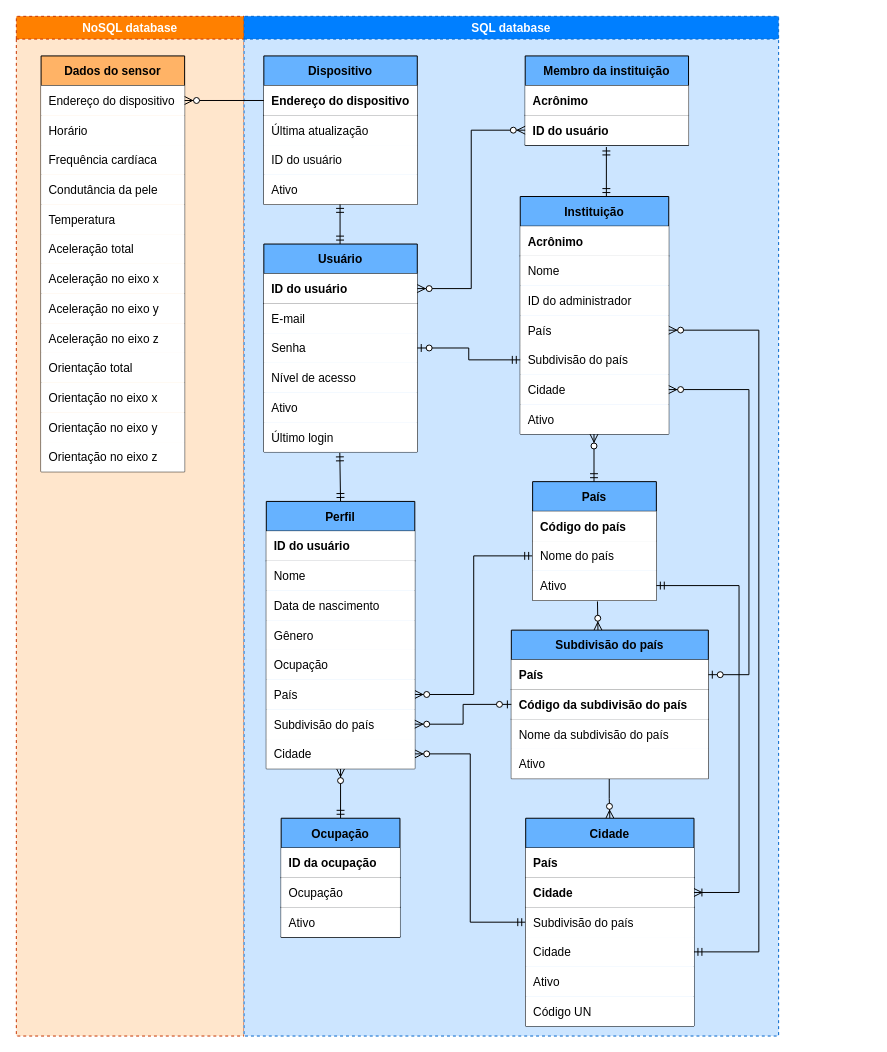
Above: logical data model.drawio in julianaclp/tcc-diagrams (draw.io), before the change. Source tidied: cells renumbered, new cells numbered last; positions are measured from the earlier drawing's top-left corner, leaving out a move shared by most shapes. Both pictures are drawn from the tidied source at 99%, with x=0, y=0 at pixel (16, 16).
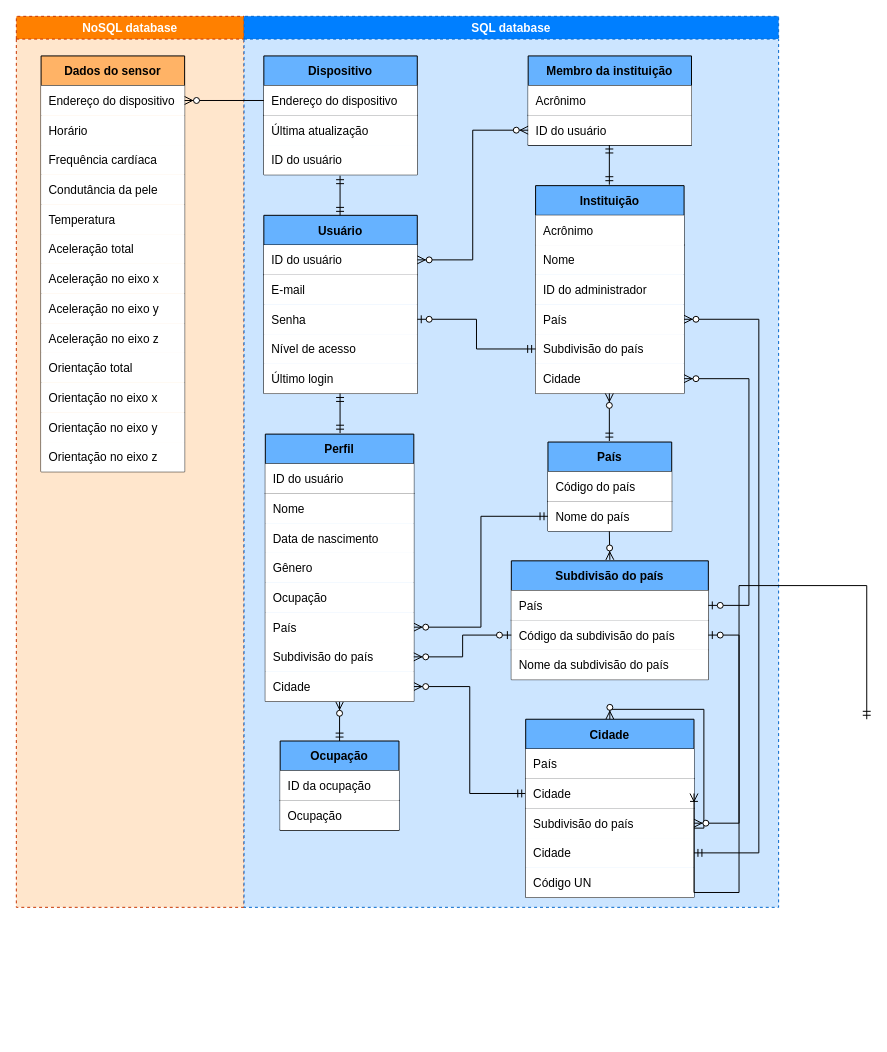
After the change.

The change refers to these unchanged cells:
```xml
<mxCell id="38" style="shape=partialRectangle;fillColor=none;top=0;left=0;bottom=1;right=0;points=[[0,0.5],[1,0.5]];portConstraint=eastwest;" parent="37" vertex="1">
  <mxGeometry y="30" width="155" height="30" as="geometry" />
</mxCell>
<mxCell id="51" style="shape=partialRectangle;fillColor=none;top=0;left=0;bottom=1;right=0;" parent="50" vertex="1">
  <mxGeometry y="30" width="150" height="30" as="geometry" />
</mxCell>
<mxCell id="65" style="shape=partialRectangle;fillColor=none;top=0;left=0;bottom=0;right=0;points=[[0,0.5],[1,0.5]];portConstraint=eastwest;" parent="50" vertex="1">
  <mxGeometry y="240" width="150" height="30" as="geometry" />
</mxCell>
<mxCell id="68" style="shape=partialRectangle;fillColor=none;top=0;left=0;bottom=1;right=0;" parent="67" vertex="1">
  <mxGeometry y="30" width="125" height="30" as="geometry" />
</mxCell>
<mxCell id="75" style="shape=partialRectangle;fillColor=none;top=0;left=0;bottom=1;right=0;points=[[0,0.5],[1,0.5]];portConstraint=eastwest;" parent="74" vertex="1">
  <mxGeometry y="30" width="199" height="30" as="geometry" />
</mxCell>
<mxCell id="77" style="shape=partialRectangle;fillColor=none;top=0;left=0;bottom=1;right=0;points=[[0,0.5],[1,0.5]];portConstraint=eastwest;" parent="74" vertex="1">
  <mxGeometry y="60" width="199" height="30" as="geometry" />
</mxCell>
<mxCell id="84" style="shape=partialRectangle;fillColor=none;top=0;left=0;bottom=1;right=0;" parent="83" vertex="1">
  <mxGeometry y="30" width="170" height="30" as="geometry" />
</mxCell>
<mxCell id="86" style="shape=partialRectangle;fillColor=none;top=0;left=0;bottom=1;right=0;points=[[0,0.5],[1,0.5]];portConstraint=eastwest;" parent="83" vertex="1">
  <mxGeometry y="60" width="170" height="30" as="geometry" />
</mxCell>
<mxCell id="88" style="shape=partialRectangle;fillColor=none;top=0;left=0;bottom=0;right=0;points=[[0,0.5],[1,0.5]];portConstraint=eastwest;" parent="83" vertex="1">
  <mxGeometry y="90" width="170" height="30" as="geometry" />
</mxCell>
<mxCell id="90" style="shape=partialRectangle;fillColor=none;top=0;left=0;bottom=0;right=0;points=[[0,0.5],[1,0.5]];portConstraint=eastwest;" parent="83" vertex="1">
  <mxGeometry y="120" width="170" height="30" as="geometry" />
</mxCell>
<mxCell id="97" style="shape=partialRectangle;fillColor=none;top=0;left=0;bottom=1;right=0;" parent="96" vertex="1">
  <mxGeometry y="30" width="120" height="30" as="geometry" />
</mxCell>
<mxCell id="104" style="shape=partialRectangle;fillColor=none;top=0;left=0;bottom=1;right=0;points=[[0,0.5],[1,0.5]];portConstraint=eastwest;" parent="103" vertex="1">
  <mxGeometry y="30" width="155" height="30" as="geometry" />
</mxCell>
<mxCell id="106" style="shape=partialRectangle;fillColor=none;top=0;left=0;bottom=0;right=0;" parent="103" vertex="1">
  <mxGeometry y="60" width="155" height="30" as="geometry" />
</mxCell>
<mxCell id="115" style="shape=partialRectangle;fillColor=none;top=0;left=0;bottom=1;right=0;" parent="114" vertex="1">
  <mxGeometry y="30" width="150" height="30" as="geometry" />
</mxCell>
<mxCell id="121" style="shape=partialRectangle;fillColor=none;top=0;left=0;bottom=0;right=0;points=[[0,0.5],[1,0.5]];portConstraint=eastwest;" parent="114" vertex="1">
  <mxGeometry y="120" width="150" height="30" as="geometry" />
</mxCell>
<mxCell id="125" style="shape=partialRectangle;fillColor=none;top=0;left=0;bottom=0;right=0;points=[[0,0.5],[1,0.5]];portConstraint=eastwest;" parent="114" vertex="1">
  <mxGeometry y="180" width="150" height="30" as="geometry" />
</mxCell>
<mxCell id="130" style="shape=partialRectangle;fillColor=none;top=0;left=0;bottom=1;right=0;" parent="129" vertex="1">
  <mxGeometry y="30" width="165" height="30" as="geometry" />
</mxCell>
<mxCell id="132" style="shape=partialRectangle;fillColor=none;top=0;left=0;bottom=1;right=0;points=[[0,0.5],[1,0.5]];portConstraint=eastwest;" parent="129" vertex="1">
  <mxGeometry y="60" width="165" height="30" as="geometry" />
</mxCell>
```

Diff of the diagram source:
```diff
@@
     <mxCell id="2" value="NoSQL database" style="swimlane;dashed=1;fillColor=#FF8000;strokeColor=#C73500;fontColor=#FFFFFF;swimlaneFillColor=#FFE6CC;" parent="1" vertex="1">
-      <mxGeometry width="230" height="1030" as="geometry" />
+      <mxGeometry width="230" height="900" as="geometry" />
     </mxCell>
@@
     <mxCell id="30" value="SQL database" style="swimlane;dashed=1;fillColor=#007FFF;fontColor=#ffffff;strokeColor=#0066CC;swimlaneFillColor=#CCE5FF;" parent="1" vertex="1">
-      <mxGeometry x="230" width="540" height="1030" as="geometry" />
+      <mxGeometry x="230" width="540" height="900" as="geometry" />
     </mxCell>
     <mxCell id="31" style="fontSize=12;html=1;endArrow=ERzeroToMany;endFill=1;rounded=0;entryX=0.5;entryY=0;entryDx=0;entryDy=0;exitX=0.62;exitY=1.033;exitDx=0;exitDy=0;exitPerimeter=0;" parent="30" edge="1">
       <mxGeometry relative="1" as="geometry">
-        <mxPoint x="357" y="591" as="sourcePoint" />
-        <mxPoint x="357.5" y="620" as="targetPoint" />
+        <mxPoint x="369" y="520" as="sourcePoint" />
+        <mxPoint x="369.5" y="549" as="targetPoint" />
       </mxGeometry>
     </mxCell>
@@
-    <mxCell id="33" style="edgeStyle=orthogonalEdgeStyle;fontSize=12;html=1;endArrow=ERzeroToMany;startArrow=ERmandOne;rounded=0;entryX=1;entryY=0.5;entryDx=0;entryDy=0;exitX=0;exitY=0.5;exitDx=0;exitDy=0;" parent="30" edge="1" source="88" target="65">
+    <mxCell id="33" style="edgeStyle=orthogonalEdgeStyle;fontSize=12;html=1;endArrow=ERzeroToMany;startArrow=ERmandOne;rounded=0;entryX=1;entryY=0.5;entryDx=0;entryDy=0;exitX=0;exitY=0.5;exitDx=0;exitDy=0;" parent="30" edge="1" source="86" target="65">
       <mxGeometry relative="1" as="geometry" />
     </mxCell>
@@
-    <mxCell id="35" style="fontSize=12;html=1;endArrow=ERmandOne;startArrow=ERmandOne;rounded=0;entryX=0.495;entryY=1.033;entryDx=0;entryDy=0;entryPerimeter=0;exitX=0.5;exitY=0;exitDx=0;exitDy=0;" parent="30" edge="1" source="50" target="48">
-      <mxGeometry relative="1" as="geometry" />
-    </mxCell>
-    <mxCell id="36" style="fontSize=12;html=1;endArrow=ERzeroToMany;endFill=1;rounded=0;entryX=0.5;entryY=0;entryDx=0;entryDy=0;edgeStyle=orthogonalEdgeStyle;exitX=0.497;exitY=1;exitDx=0;exitDy=0;exitPerimeter=0;" parent="30" edge="1" source="81" target="83">
-      <mxGeometry relative="1" as="geometry" />
+    <mxCell id="36" style="fontSize=12;html=1;endArrow=ERzeroToMany;endFill=1;rounded=0;entryX=0.5;entryY=0;entryDx=0;entryDy=0;edgeStyle=orthogonalEdgeStyle;exitX=0.497;exitY=1;exitDx=0;exitDy=0;exitPerimeter=0;" parent="30" edge="1" target="83">
+      <mxGeometry relative="1" as="geometry">
+        <mxPoint x="419" y="830" as="sourcePoint" />
+      </mxGeometry>
     </mxCell>
     <mxCell id="37" value="Usuário" style="shape=table;startSize=30;childLayout=tableLayout;rowLines=0;fontStyle=1;align=center;fillColor=#66B2FF;" parent="30" vertex="1">
-      <mxGeometry x="20" y="230" width="155" height="210" as="geometry" />
+      <mxGeometry x="20" y="201" width="155" height="180" as="geometry" />
     </mxCell>
@@
-    <mxCell id="39" value="ID do usuário" style="shape=partialRectangle;fillColor=default;top=0;left=0;bottom=0;right=0;align=left;spacingLeft=6;fontStyle=1;overflow=hidden;" parent="38" vertex="1">
+    <mxCell id="39" value="ID do usuário" style="shape=partialRectangle;fillColor=default;top=0;left=0;bottom=0;right=0;align=left;spacingLeft=6;fontStyle=0;overflow=hidden;" parent="38" vertex="1">
       <mxGeometry width="155" height="30" as="geometry" />
     </mxCell>
@@
-    <mxCell id="46" style="shape=partialRectangle;fillColor=none;top=0;left=0;bottom=0;right=0;" parent="37" vertex="1">
-      <mxGeometry y="150" width="155" height="30" as="geometry" />
-    </mxCell>
-    <mxCell id="47" value="Ativo" style="shape=partialRectangle;fillColor=default;top=0;left=0;bottom=0;right=0;align=left;spacingLeft=6;overflow=hidden;" parent="46" vertex="1">
-      <mxGeometry width="155" height="30" as="geometry" />
-    </mxCell>
     <mxCell id="48" style="shape=partialRectangle;fillColor=none;top=0;left=0;bottom=0;right=0;points=[[0,0.5],[1,0.5]];portConstraint=eastwest;" parent="37" vertex="1">
-      <mxGeometry y="180" width="155" height="30" as="geometry" />
+      <mxGeometry y="150" width="155" height="30" as="geometry" />
     </mxCell>
@@
     <mxCell id="50" value="Perfil" style="shape=table;startSize=30;childLayout=tableLayout;rowLines=0;fontStyle=1;align=center;fillColor=#66B2FF;" parent="30" vertex="1">
-      <mxGeometry x="22.5" y="490" width="150" height="270" as="geometry" />
+      <mxGeometry x="21.5" y="422" width="150" height="270" as="geometry" />
     </mxCell>
@@
-    <mxCell id="52" value="ID do usuário" style="shape=partialRectangle;fillColor=default;top=0;left=0;bottom=0;right=0;align=left;spacingLeft=6;fontStyle=1;overflow=hidden;" parent="51" vertex="1">
+    <mxCell id="52" value="ID do usuário" style="shape=partialRectangle;fillColor=default;top=0;left=0;bottom=0;right=0;align=left;spacingLeft=6;fontStyle=0;overflow=hidden;" parent="51" vertex="1">
       <mxGeometry width="150" height="30" as="geometry" />
     </mxCell>
@@
     <mxCell id="67" value="País" style="shape=table;startSize=30;childLayout=tableLayout;rowLines=0;fontStyle=1;align=center;fillColor=#66B2FF;" parent="30" vertex="1">
-      <mxGeometry x="291.5" y="470" width="125" height="120" as="geometry" />
+      <mxGeometry x="307" y="430" width="125" height="90" as="geometry" />
     </mxCell>
@@
-    <mxCell id="69" value="Código do país" style="shape=partialRectangle;fillColor=default;top=0;left=0;bottom=0;right=0;align=left;spacingLeft=6;fontStyle=1;overflow=hidden;" parent="68" vertex="1">
+    <mxCell id="69" value="Código do país" style="shape=partialRectangle;fillColor=default;top=0;left=0;bottom=0;right=0;align=left;spacingLeft=6;fontStyle=0;overflow=hidden;" parent="68" vertex="1">
       <mxGeometry width="125" height="30" as="geometry" />
     </mxCell>
@@
-    <mxCell id="72" style="shape=partialRectangle;fillColor=none;top=0;left=0;bottom=0;right=0;points=[[0,0.5],[1,0.5]];portConstraint=eastwest;" parent="67" vertex="1">
-      <mxGeometry y="90" width="125" height="30" as="geometry" />
-    </mxCell>
-    <mxCell id="73" value="Ativo" style="shape=partialRectangle;fillColor=default;top=0;left=0;bottom=0;right=0;align=left;spacingLeft=6;overflow=hidden;" parent="72" vertex="1">
-      <mxGeometry width="125" height="30" as="geometry" />
-    </mxCell>
     <mxCell id="74" value="Subdivisão do país" style="shape=table;startSize=30;childLayout=tableLayout;rowLines=0;fontStyle=1;align=center;fillColor=#66B2FF;" parent="30" vertex="1">
-      <mxGeometry x="270" y="620" width="199" height="150" as="geometry" />
+      <mxGeometry x="270" y="550" width="199" height="120" as="geometry" />
     </mxCell>
@@
-    <mxCell id="76" value="País" style="shape=partialRectangle;fillColor=default;top=0;left=0;bottom=0;right=0;align=left;spacingLeft=6;fontStyle=1;overflow=hidden;" parent="75" vertex="1">
+    <mxCell id="76" value="País" style="shape=partialRectangle;fillColor=default;top=0;left=0;bottom=0;right=0;align=left;spacingLeft=6;fontStyle=0;overflow=hidden;" parent="75" vertex="1">
       <mxGeometry width="199" height="30" as="geometry" />
     </mxCell>
@@
-    <mxCell id="78" value="Código da subdivisão do país" style="shape=partialRectangle;fillColor=default;top=0;left=0;bottom=0;right=0;align=left;spacingLeft=6;fontStyle=1;overflow=hidden;" parent="77" vertex="1">
+    <mxCell id="78" value="Código da subdivisão do país" style="shape=partialRectangle;fillColor=default;top=0;left=0;bottom=0;right=0;align=left;spacingLeft=6;fontStyle=0;overflow=hidden;" parent="77" vertex="1">
       <mxGeometry width="199" height="30" as="geometry" />
     </mxCell>
@@
-    <mxCell id="81" style="shape=partialRectangle;fillColor=none;top=0;left=0;bottom=0;right=0;points=[[0,0.5],[1,0.5]];portConstraint=eastwest;" parent="74" vertex="1">
-      <mxGeometry y="120" width="199" height="30" as="geometry" />
-    </mxCell>
-    <mxCell id="82" value="Ativo" style="shape=partialRectangle;fillColor=default;top=0;left=0;bottom=0;right=0;align=left;spacingLeft=6;overflow=hidden;" parent="81" vertex="1">
-      <mxGeometry width="199" height="30" as="geometry" />
-    </mxCell>
     <mxCell id="83" value="Cidade" style="shape=table;startSize=30;childLayout=tableLayout;rowLines=0;fontStyle=1;align=center;fillColor=#66B2FF;" parent="30" vertex="1">
-      <mxGeometry x="284.5" y="810" width="170" height="210" as="geometry" />
+      <mxGeometry x="284.5" y="710" width="170" height="180" as="geometry" />
     </mxCell>
@@
-    <mxCell id="85" value="País" style="shape=partialRectangle;fillColor=default;top=0;left=0;bottom=0;right=0;align=left;spacingLeft=6;fontStyle=1;overflow=hidden;" parent="84" vertex="1">
+    <mxCell id="85" value="País" style="shape=partialRectangle;fillColor=default;top=0;left=0;bottom=0;right=0;align=left;spacingLeft=6;fontStyle=0;overflow=hidden;" parent="84" vertex="1">
       <mxGeometry width="170" height="30" as="geometry" />
     </mxCell>
@@
-    <mxCell id="87" value="Cidade" style="shape=partialRectangle;fillColor=default;top=0;left=0;bottom=0;right=0;align=left;spacingLeft=6;fontStyle=1;overflow=hidden;" parent="86" vertex="1">
+    <mxCell id="87" value="Cidade" style="shape=partialRectangle;fillColor=default;top=0;left=0;bottom=0;right=0;align=left;spacingLeft=6;fontStyle=0;overflow=hidden;" parent="86" vertex="1">
       <mxGeometry width="170" height="30" as="geometry" />
     </mxCell>
@@
-    <mxCell id="92" style="shape=partialRectangle;fillColor=none;top=0;left=0;bottom=0;right=0;" parent="83" vertex="1">
-      <mxGeometry y="150" width="170" height="30" as="geometry" />
-    </mxCell>
-    <mxCell id="93" value="Ativo" style="shape=partialRectangle;fillColor=default;top=0;left=0;bottom=0;right=0;align=left;spacingLeft=6;overflow=hidden;" parent="92" vertex="1">
-      <mxGeometry width="170" height="30" as="geometry" />
-    </mxCell>
     <mxCell id="94" style="shape=partialRectangle;fillColor=none;top=0;left=0;bottom=0;right=0;" parent="83" vertex="1">
-      <mxGeometry y="180" width="170" height="30" as="geometry" />
+      <mxGeometry y="150" width="170" height="30" as="geometry" />
     </mxCell>
@@
     <mxCell id="96" value="Ocupação" style="shape=table;startSize=30;childLayout=tableLayout;rowLines=0;fontStyle=1;align=center;fillColor=#66B2FF;" parent="30" vertex="1">
-      <mxGeometry x="37.5" y="810" width="120" height="120" as="geometry" />
+      <mxGeometry x="36.5" y="732" width="120" height="90" as="geometry" />
     </mxCell>
@@
-    <mxCell id="98" value="ID da ocupação" style="shape=partialRectangle;fillColor=default;top=0;left=0;bottom=0;right=0;align=left;spacingLeft=6;fontStyle=1;overflow=hidden;" parent="97" vertex="1">
+    <mxCell id="98" value="ID da ocupação" style="shape=partialRectangle;fillColor=default;top=0;left=0;bottom=0;right=0;align=left;spacingLeft=6;fontStyle=0;overflow=hidden;" parent="97" vertex="1">
       <mxGeometry width="120" height="30" as="geometry" />
     </mxCell>
@@
-    <mxCell id="101" style="shape=partialRectangle;fillColor=none;top=0;left=0;bottom=1;right=0;" parent="96" vertex="1">
-      <mxGeometry y="90" width="120" height="30" as="geometry" />
-    </mxCell>
-    <mxCell id="102" value="Ativo" style="shape=partialRectangle;fillColor=default;top=0;left=0;bottom=0;right=0;align=left;spacingLeft=6;fontStyle=0;overflow=hidden;" parent="101" vertex="1">
-      <mxGeometry width="120" height="30" as="geometry" />
-    </mxCell>
     <mxCell id="103" value="Dispositivo" style="shape=table;startSize=30;childLayout=tableLayout;rowLines=0;fontStyle=1;align=center;fillColor=#66B2FF;" parent="30" vertex="1">
-      <mxGeometry x="20" y="40" width="155" height="150" as="geometry" />
+      <mxGeometry x="20" y="40" width="155" height="120" as="geometry" />
     </mxCell>
@@
-    <mxCell id="105" value="Endereço do dispositivo" style="shape=partialRectangle;fillColor=default;top=0;left=0;bottom=0;right=0;align=left;spacingLeft=6;fontStyle=1;overflow=hidden;" parent="104" vertex="1">
+    <mxCell id="105" value="Endereço do dispositivo" style="shape=partialRectangle;fillColor=default;top=0;left=0;bottom=0;right=0;align=left;spacingLeft=6;fontStyle=0;overflow=hidden;strokeColor=default;" parent="104" vertex="1">
       <mxGeometry width="155" height="30" as="geometry" />
     </mxCell>
@@
-    <mxCell id="107" value="Última atualização" style="shape=partialRectangle;fillColor=default;top=0;left=0;bottom=0;right=0;align=left;spacingLeft=6;overflow=hidden;" parent="106" vertex="1">
+    <mxCell id="107" value="Última atualização" style="shape=partialRectangle;fillColor=default;top=0;left=0;bottom=0;right=0;align=left;spacingLeft=6;overflow=hidden;strokeColor=none;" parent="106" vertex="1">
       <mxGeometry width="155" height="30" as="geometry" />
     </mxCell>
@@
-    <mxCell id="110" style="shape=partialRectangle;fillColor=none;top=0;left=0;bottom=0;right=0;" parent="103" vertex="1">
-      <mxGeometry y="120" width="155" height="30" as="geometry" />
-    </mxCell>
-    <mxCell id="111" value="Ativo" style="shape=partialRectangle;fillColor=default;top=0;left=0;bottom=0;right=0;align=left;spacingLeft=6;overflow=hidden;" parent="110" vertex="1">
-      <mxGeometry width="155" height="30" as="geometry" />
-    </mxCell>
     <mxCell id="112" style="fontSize=12;html=1;endArrow=ERmandOne;startArrow=ERmandOne;rounded=0;exitX=0.5;exitY=0;exitDx=0;exitDy=0;" parent="30" edge="1">
       <mxGeometry relative="1" as="geometry">
-        <mxPoint x="97" y="230" as="sourcePoint" />
-        <mxPoint x="97" y="190" as="targetPoint" />
+        <mxPoint x="97" y="201" as="sourcePoint" />
+        <mxPoint x="97" y="161" as="targetPoint" />
       </mxGeometry>
     </mxCell>
@@
     <mxCell id="114" value="Instituição" style="shape=table;startSize=30;childLayout=tableLayout;rowLines=0;fontStyle=1;align=center;fillColor=#66B2FF;" parent="30" vertex="1">
-      <mxGeometry x="279" y="182" width="150" height="240" as="geometry" />
+      <mxGeometry x="294.5" y="171" width="150" height="210" as="geometry" />
     </mxCell>
@@
-    <mxCell id="116" value="Acrônimo" style="shape=partialRectangle;fillColor=default;top=0;left=0;bottom=0;right=0;align=left;spacingLeft=6;fontStyle=1;overflow=hidden;" parent="115" vertex="1">
+    <mxCell id="116" value="Acrônimo" style="shape=partialRectangle;fillColor=default;top=0;left=0;bottom=0;right=0;align=left;spacingLeft=6;fontStyle=0;overflow=hidden;" parent="115" vertex="1">
       <mxGeometry width="150" height="30" as="geometry" />
     </mxCell>
@@
-    <mxCell id="127" style="shape=partialRectangle;fillColor=none;top=0;left=0;bottom=0;right=0;" parent="114" vertex="1">
-      <mxGeometry y="210" width="150" height="30" as="geometry" />
-    </mxCell>
-    <mxCell id="128" value="Ativo" style="shape=partialRectangle;fillColor=default;top=0;left=0;bottom=0;right=0;align=left;spacingLeft=6;overflow=hidden;" parent="127" vertex="1">
-      <mxGeometry width="150" height="30" as="geometry" />
-    </mxCell>
     <mxCell id="129" value="Membro da instituição" style="shape=table;startSize=30;childLayout=tableLayout;rowLines=0;fontStyle=1;align=center;fillColor=#66B2FF;" parent="30" vertex="1">
-      <mxGeometry x="284" y="40" width="165" height="90" as="geometry" />
+      <mxGeometry x="287" y="40" width="165" height="90" as="geometry" />
     </mxCell>
@@
-    <mxCell id="131" value="Acrônimo" style="shape=partialRectangle;fillColor=default;top=0;left=0;bottom=0;right=0;align=left;spacingLeft=6;fontStyle=1;overflow=hidden;" parent="130" vertex="1">
+    <mxCell id="131" value="Acrônimo" style="shape=partialRectangle;fillColor=default;top=0;left=0;bottom=0;right=0;align=left;spacingLeft=6;fontStyle=0;overflow=hidden;" parent="130" vertex="1">
       <mxGeometry width="165" height="30" as="geometry" />
     </mxCell>
@@
-    <mxCell id="133" value="ID do usuário" style="shape=partialRectangle;fillColor=default;top=0;left=0;bottom=0;right=0;align=left;spacingLeft=6;fontStyle=1;overflow=hidden;" parent="132" vertex="1">
+    <mxCell id="133" value="ID do usuário" style="shape=partialRectangle;fillColor=default;top=0;left=0;bottom=0;right=0;align=left;spacingLeft=6;fontStyle=0;overflow=hidden;" parent="132" vertex="1">
       <mxGeometry width="165" height="30" as="geometry" />
     </mxCell>
@@
-    <mxCell id="135" style="fontSize=12;html=1;endArrow=ERmandOne;startArrow=ERmandOne;rounded=0;exitX=0.5;exitY=0;exitDx=0;exitDy=0;" parent="30" edge="1">
-      <mxGeometry relative="1" as="geometry">
-        <mxPoint x="366" y="182" as="sourcePoint" />
-        <mxPoint x="366" y="132" as="targetPoint" />
-      </mxGeometry>
-    </mxCell>
@@
-    <mxCell id="137" style="edgeStyle=orthogonalEdgeStyle;fontSize=12;html=1;endArrow=ERoneToMany;startArrow=ERmandOne;rounded=0;exitX=1;exitY=0.5;exitDx=0;exitDy=0;entryX=1;entryY=0.5;entryDx=0;entryDy=0;" parent="30" edge="1" source="72" target="86">
+    <mxCell id="137" style="edgeStyle=orthogonalEdgeStyle;fontSize=12;html=1;endArrow=ERoneToMany;startArrow=ERmandOne;rounded=0;exitX=1;exitY=0.5;exitDx=0;exitDy=0;entryX=1;entryY=0.5;entryDx=0;entryDy=0;" parent="30" edge="1" target="86">
       <mxGeometry relative="1" as="geometry">
+        <mxPoint x="629" y="710" as="sourcePoint" />
         <Array as="points">
           <mxPoint x="500" y="575" />
           <mxPoint x="500" y="885" />
         </Array>
       </mxGeometry>
     </mxCell>
     <mxCell id="138" style="fontSize=12;html=1;endArrow=ERzeroToMany;startArrow=ERmandOne;rounded=0;" parent="30" edge="1">
       <mxGeometry relative="1" as="geometry">
-        <mxPoint x="353.5" y="470" as="sourcePoint" />
-        <mxPoint x="353.5" y="422" as="targetPoint" />
+        <mxPoint x="369" y="429" as="sourcePoint" />
+        <mxPoint x="369" y="381" as="targetPoint" />
       </mxGeometry>
     </mxCell>
     <mxCell id="139" style="fontSize=12;html=1;endArrow=ERzeroToMany;startArrow=ERzeroToOne;rounded=0;exitX=1;exitY=0.5;exitDx=0;exitDy=0;entryX=1;entryY=0.5;entryDx=0;entryDy=0;edgeStyle=orthogonalEdgeStyle;" parent="30" edge="1" source="75" target="125">
       <mxGeometry relative="1" as="geometry">
         <Array as="points">
-          <mxPoint x="510" y="665" />
-          <mxPoint x="510" y="377" />
+          <mxPoint x="510" y="595" />
+          <mxPoint x="510" y="366" />
         </Array>
       </mxGeometry>
     </mxCell>
     <mxCell id="140" style="edgeStyle=orthogonalEdgeStyle;fontSize=12;html=1;endArrow=ERzeroToMany;startArrow=ERmandOne;rounded=0;entryX=1;entryY=0.5;entryDx=0;entryDy=0;exitX=1;exitY=0.5;exitDx=0;exitDy=0;" parent="30" edge="1" source="90" target="121">
       <mxGeometry relative="1" as="geometry">
         <Array as="points">
-          <mxPoint x="520" y="945" />
-          <mxPoint x="520" y="317" />
+          <mxPoint x="520" y="845" />
+          <mxPoint x="520" y="306" />
         </Array>
       </mxGeometry>
     </mxCell>
+    <mxCell id="142" style="fontSize=12;html=1;endArrow=ERmandOne;startArrow=ERmandOne;rounded=0;exitX=0.5;exitY=0;exitDx=0;exitDy=0;" parent="30" edge="1">
+      <mxGeometry relative="1" as="geometry">
+        <mxPoint x="97" y="421" as="sourcePoint" />
+        <mxPoint x="97" y="381" as="targetPoint" />
+      </mxGeometry>
+    </mxCell>
+    <mxCell id="143" style="fontSize=12;html=1;endArrow=ERmandOne;startArrow=ERmandOne;rounded=0;exitX=0.5;exitY=0;exitDx=0;exitDy=0;" parent="30" edge="1">
+      <mxGeometry relative="1" as="geometry">
+        <mxPoint x="369" y="170" as="sourcePoint" />
+        <mxPoint x="369" y="130" as="targetPoint" />
+      </mxGeometry>
+    </mxCell>
+    <mxCell id="144" style="edgeStyle=orthogonalEdgeStyle;fontSize=12;html=1;endArrow=ERzeroToMany;startArrow=ERzeroToOne;rounded=0;exitX=1;exitY=0.5;exitDx=0;exitDy=0;entryX=1;entryY=0.5;entryDx=0;entryDy=0;" parent="30" edge="1" source="77" target="88">
+      <mxGeometry relative="1" as="geometry">
+        <Array as="points">
+          <mxPoint x="500" y="625" />
+          <mxPoint x="500" y="815" />
+        </Array>
+      </mxGeometry>
+    </mxCell>
```
